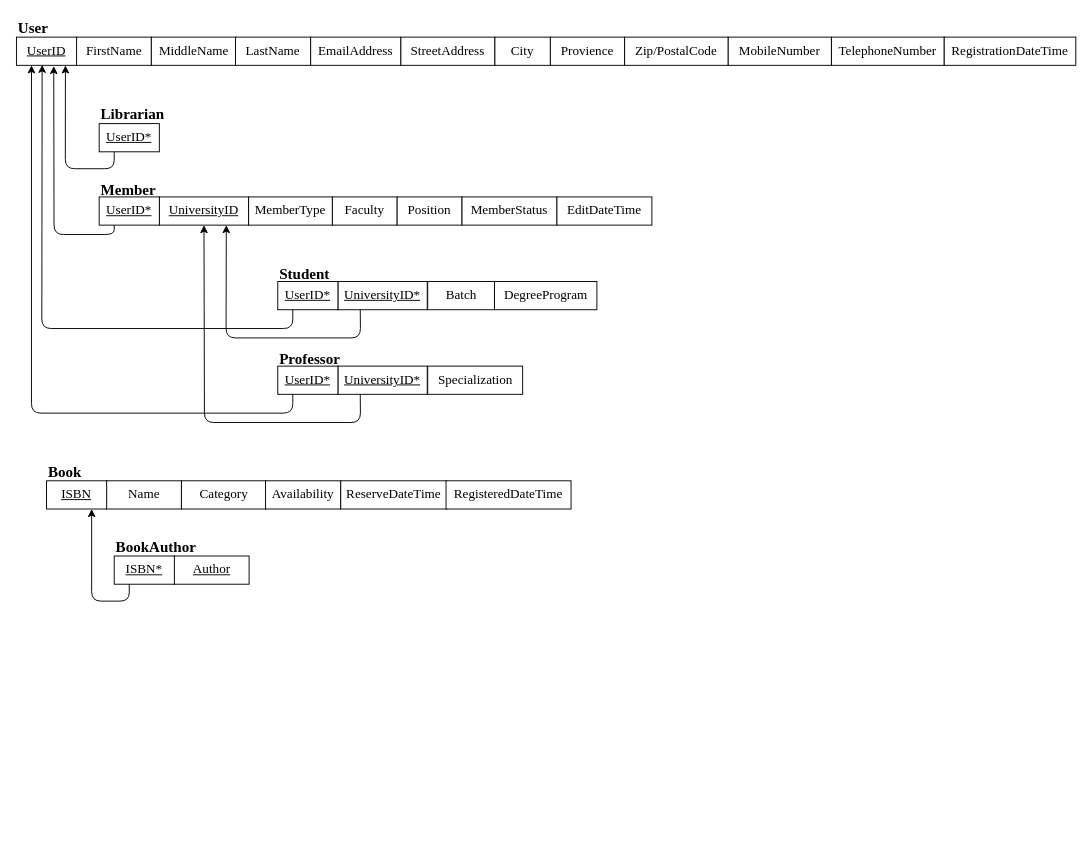
Earlier version of the draw.io diagram Documentation/Database/2.RelationalMapping/lsulibraryDB_RelationalMapping.drawio (hvlhasanka/Pearson_HND_Computing_Y1S2-Unit10_Web_Design_and_Development). Source tidied: cells renumbered, new cells numbered last; positions are measured from the earlier drawing's top-left corner, leaving out a move shared by most shapes. Both pictures are drawn from the tidied source at 94%, with x=0, y=0 at pixel (16, 16).
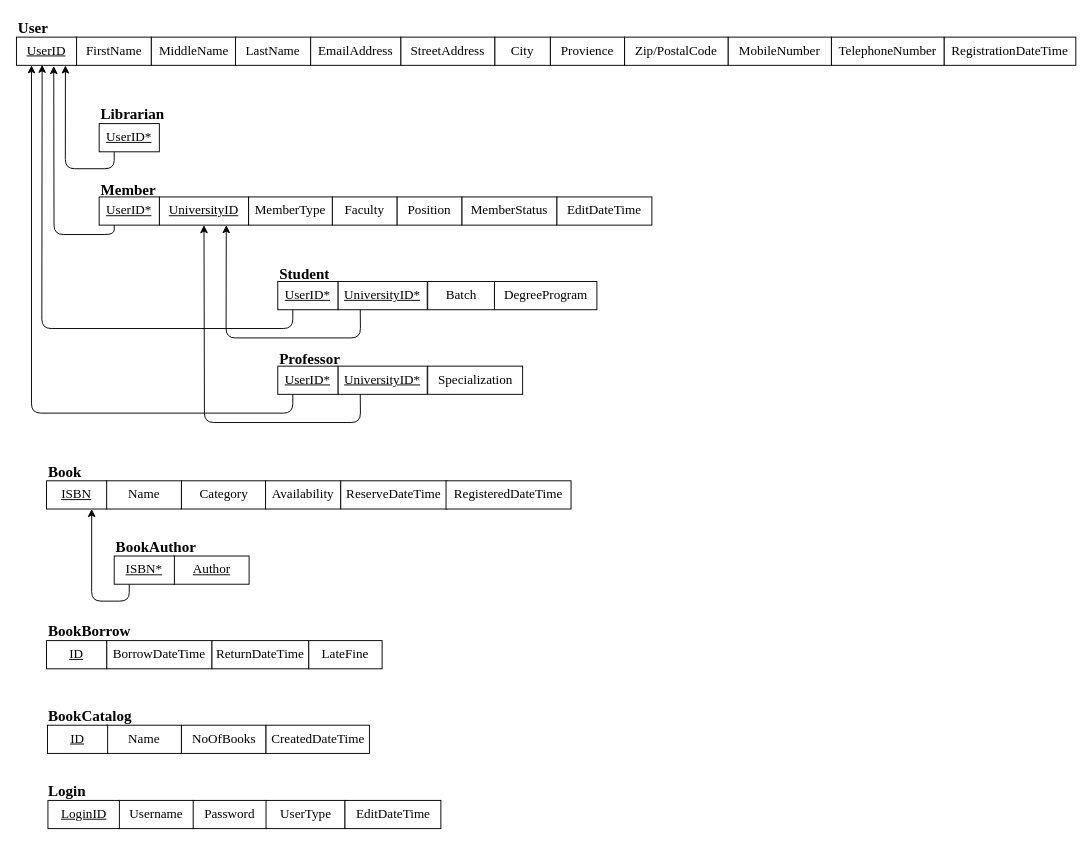
The same diagram, later.

Diff of the diagram source:
```diff
@@
+    <mxCell id="51" value="&lt;font face=&quot;Times New Roman&quot;&gt;BookBorrow&lt;/font&gt;" style="text;html=1;align=left;verticalAlign=top;spacingTop=-4;fontSize=16;fontStyle=1;" parent="1" vertex="1">
+      <mxGeometry x="32" y="642" width="100" height="20" as="geometry" />
+    </mxCell>
+    <mxCell id="52" value="BorrowDateTime" style="rounded=0;whiteSpace=wrap;html=1;fontSize=14;fontFamily=Times New Roman;" parent="1" vertex="1">
+      <mxGeometry x="96" y="664" width="112" height="30" as="geometry" />
+    </mxCell>
+    <mxCell id="53" value="ReturnDateTime" style="rounded=0;whiteSpace=wrap;html=1;fontSize=14;fontFamily=Times New Roman;" parent="1" vertex="1">
+      <mxGeometry x="208" y="664" width="103" height="30" as="geometry" />
+    </mxCell>
+    <mxCell id="54" value="ID" style="rounded=0;whiteSpace=wrap;html=1;fontSize=14;fontFamily=Times New Roman;fontStyle=4;" parent="1" vertex="1">
+      <mxGeometry x="32" y="664" width="64" height="30" as="geometry" />
+    </mxCell>
+    <mxCell id="55" value="LateFine" style="rounded=0;whiteSpace=wrap;html=1;fontSize=14;fontFamily=Times New Roman;" parent="1" vertex="1">
+      <mxGeometry x="311" y="664" width="78" height="30" as="geometry" />
+    </mxCell>
+    <mxCell id="56" value="&lt;font face=&quot;Times New Roman&quot;&gt;BookCatalog&lt;/font&gt;" style="text;html=1;align=left;verticalAlign=top;spacingTop=-4;fontSize=16;fontStyle=1;" parent="1" vertex="1">
+      <mxGeometry x="32" y="732" width="100" height="20" as="geometry" />
+    </mxCell>
+    <mxCell id="57" value="Name" style="rounded=0;whiteSpace=wrap;html=1;fontSize=14;fontFamily=Times New Roman;" parent="1" vertex="1">
+      <mxGeometry x="95.5" y="754" width="80" height="30" as="geometry" />
+    </mxCell>
+    <mxCell id="58" value="NoOfBooks" style="rounded=0;whiteSpace=wrap;html=1;fontSize=14;fontFamily=Times New Roman;" parent="1" vertex="1">
+      <mxGeometry x="175.5" y="754" width="90" height="30" as="geometry" />
+    </mxCell>
+    <mxCell id="59" value="ID" style="rounded=0;whiteSpace=wrap;html=1;fontSize=14;fontFamily=Times New Roman;fontStyle=4;" parent="1" vertex="1">
+      <mxGeometry x="33" y="754" width="64" height="30" as="geometry" />
+    </mxCell>
+    <mxCell id="60" value="CreatedDateTime" style="rounded=0;whiteSpace=wrap;html=1;fontSize=14;fontFamily=Times New Roman;" parent="1" vertex="1">
+      <mxGeometry x="265.5" y="754" width="110" height="30" as="geometry" />
+    </mxCell>
+    <mxCell id="61" value="&lt;font face=&quot;Times New Roman&quot;&gt;Login&lt;/font&gt;" style="text;html=1;align=left;verticalAlign=top;spacingTop=-4;fontSize=16;fontStyle=1;" parent="1" vertex="1">
+      <mxGeometry x="32" y="812" width="50" height="20" as="geometry" />
+    </mxCell>
+    <mxCell id="62" value="Username" style="rounded=0;whiteSpace=wrap;html=1;fontSize=14;fontFamily=Times New Roman;" parent="1" vertex="1">
+      <mxGeometry x="108.5" y="834" width="80" height="30" as="geometry" />
+    </mxCell>
+    <mxCell id="63" value="Password" style="rounded=0;whiteSpace=wrap;html=1;fontSize=14;fontFamily=Times New Roman;" parent="1" vertex="1">
+      <mxGeometry x="188" y="834" width="78" height="30" as="geometry" />
+    </mxCell>
+    <mxCell id="64" value="LoginID" style="rounded=0;whiteSpace=wrap;html=1;fontSize=14;fontFamily=Times New Roman;fontStyle=4;" parent="1" vertex="1">
+      <mxGeometry x="33.5" y="834" width="76" height="30" as="geometry" />
+    </mxCell>
+    <mxCell id="65" value="UserType" style="rounded=0;whiteSpace=wrap;html=1;fontSize=14;fontFamily=Times New Roman;" parent="1" vertex="1">
+      <mxGeometry x="265.5" y="834" width="84" height="30" as="geometry" />
+    </mxCell>
+    <mxCell id="66" value="EditDateTime" style="rounded=0;whiteSpace=wrap;html=1;fontSize=14;fontFamily=Times New Roman;" parent="1" vertex="1">
+      <mxGeometry x="349.5" y="834" width="102" height="30" as="geometry" />
+    </mxCell>
```
